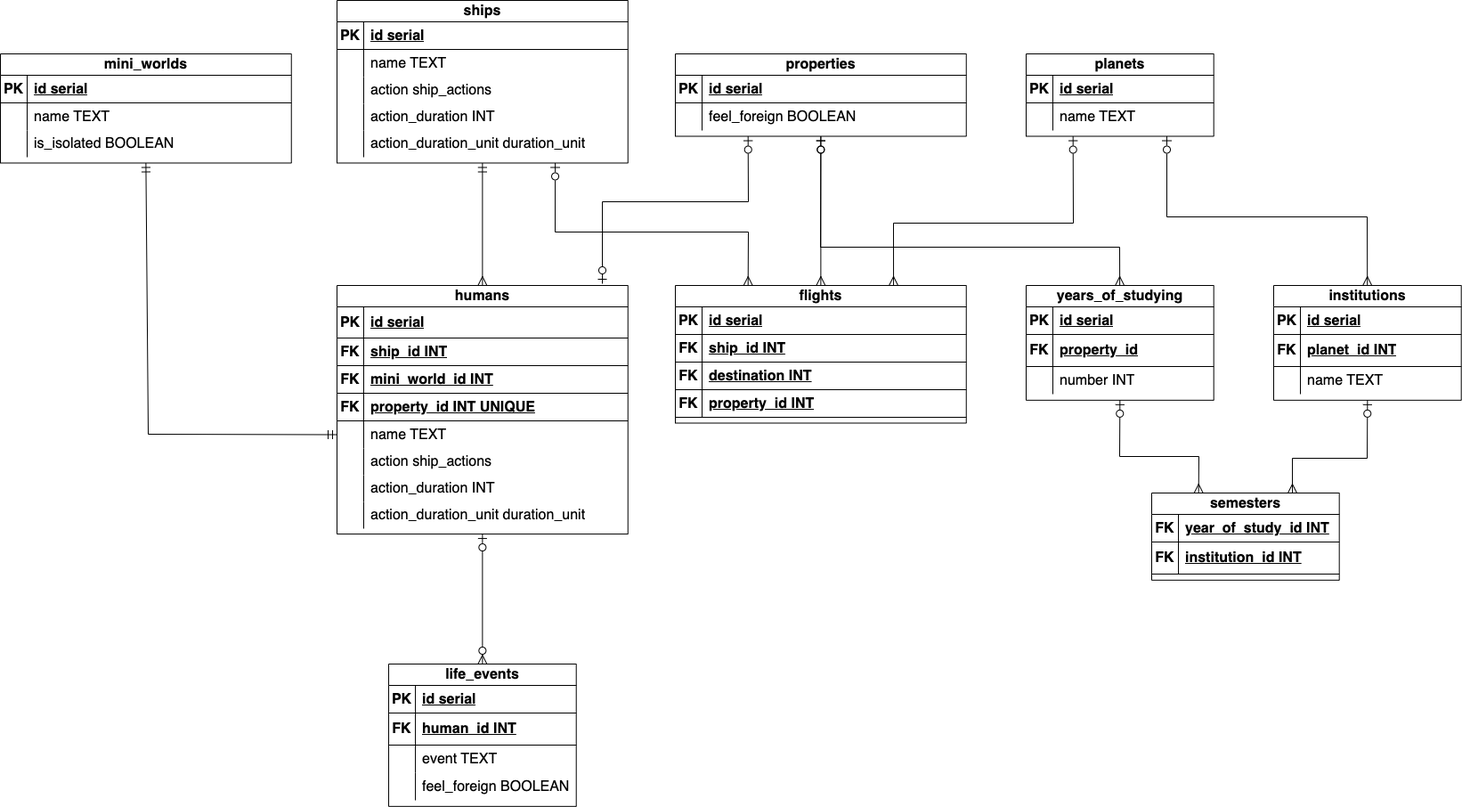
tumbler-cp/BD1 keeps this draw.io diagram as data.png. Above is the earlier version. Source tidied: cells renumbered, new cells last; positions are measured from the earlier drawing's top-left corner, leaving out a move shared by most shapes.
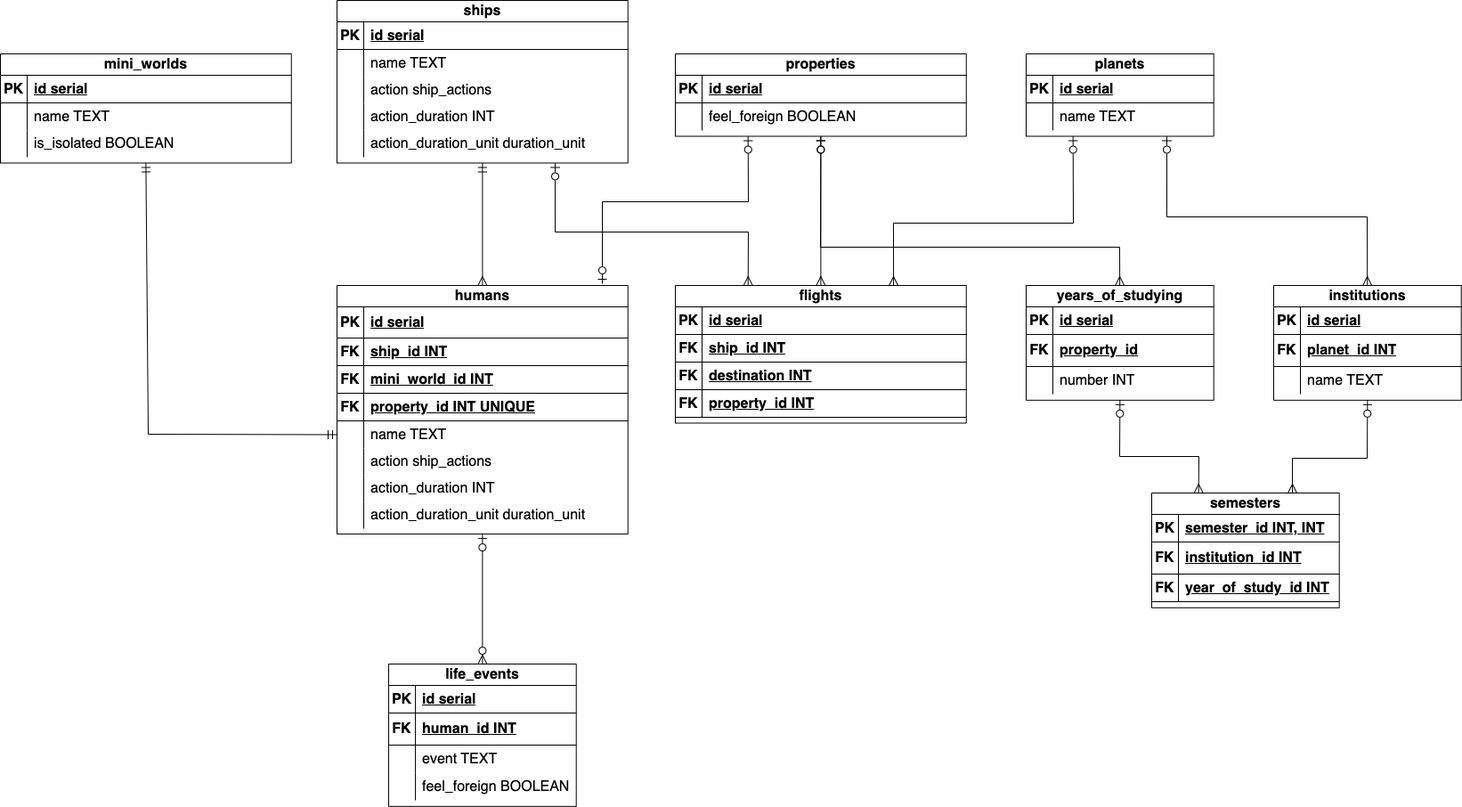
After the change.

Commit message:
data diagram

The edit, as a diff of the source:
```diff
@@ -367,15 +367,15 @@
       </mxGeometry>
     </mxCell>
     <mxCell id="110" value="semesters" style="shape=table;startSize=24;rowLines=0;fontStyle=1;align=center;html=1;fontSize=16;" parent="1" vertex="1">
-      <mxGeometry x="1293" y="553" width="210.7" height="97.8" as="geometry" />
+      <mxGeometry x="1293" y="553" width="210.7" height="128.8" as="geometry" />
     </mxCell>
     <mxCell id="111" style="shape=tableRow;horizontal=0;startSize=0;swimlaneHead=0;swimlaneBody=0;fillColor=none;top=0;left=0;right=0;bottom=1;fontSize=16;" parent="110" vertex="1">
       <mxGeometry y="24" width="210.7" height="31" as="geometry" />
     </mxCell>
-    <mxCell id="112" value="FK" style="shape=partialRectangle;fillColor=none;top=0;left=0;bottom=0;right=0;fontStyle=1;overflow=hidden;whiteSpace=wrap;html=1;fontSize=16;" parent="111" vertex="1">
+    <mxCell id="112" value="PK" style="shape=partialRectangle;fillColor=none;top=0;left=0;bottom=0;right=0;fontStyle=1;overflow=hidden;whiteSpace=wrap;html=1;fontSize=16;" parent="111" vertex="1">
       <mxGeometry width="30" height="31" as="geometry" />
     </mxCell>
-    <mxCell id="113" value="year_of_study_id INT" style="shape=partialRectangle;fillColor=none;top=0;left=0;bottom=0;right=0;align=left;spacingLeft=6;fontStyle=5;overflow=hidden;whiteSpace=wrap;html=1;fontSize=16;" parent="111" vertex="1">
+    <mxCell id="113" value="semester_id INT, INT" style="shape=partialRectangle;fillColor=none;top=0;left=0;bottom=0;right=0;align=left;spacingLeft=6;fontStyle=5;overflow=hidden;whiteSpace=wrap;html=1;fontSize=16;" parent="111" vertex="1">
       <mxGeometry x="30" width="180.7" height="31" as="geometry" />
     </mxCell>
     <mxCell id="114" style="shape=tableRow;horizontal=0;startSize=0;swimlaneHead=0;swimlaneBody=0;fillColor=none;top=0;left=0;right=0;bottom=1;fontSize=16;" parent="110" vertex="1">
@@ -387,6 +387,15 @@
     <mxCell id="116" value="institution_id INT" style="shape=partialRectangle;fillColor=none;top=0;left=0;bottom=0;right=0;align=left;spacingLeft=6;fontStyle=5;overflow=hidden;whiteSpace=wrap;html=1;fontSize=16;" parent="114" vertex="1">
       <mxGeometry x="30" width="180.7" height="36" as="geometry" />
     </mxCell>
+    <mxCell id="131" style="shape=tableRow;horizontal=0;startSize=0;swimlaneHead=0;swimlaneBody=0;fillColor=none;top=0;left=0;right=0;bottom=1;fontSize=16;" parent="110" vertex="1">
+      <mxGeometry y="91" width="210.7" height="31" as="geometry" />
+    </mxCell>
+    <mxCell id="132" value="FK" style="shape=partialRectangle;fillColor=none;top=0;left=0;bottom=0;right=0;fontStyle=1;overflow=hidden;whiteSpace=wrap;html=1;fontSize=16;" parent="131" vertex="1">
+      <mxGeometry width="30" height="31" as="geometry" />
+    </mxCell>
+    <mxCell id="133" value="year_of_study_id INT" style="shape=partialRectangle;fillColor=none;top=0;left=0;bottom=0;right=0;align=left;spacingLeft=6;fontStyle=5;overflow=hidden;whiteSpace=wrap;html=1;fontSize=16;" parent="131" vertex="1">
+      <mxGeometry x="30" width="180.7" height="31" as="geometry" />
+    </mxCell>
     <mxCell id="117" style="edgeStyle=none;curved=1;rounded=0;jettySize=auto;html=1;entryX=0.5;entryY=1;entryDx=0;entryDy=0;fontSize=12;startSize=8;endSize=8;endArrow=ERzeroToOne;endFill=0;startArrow=ERzeroToMany;startFill=0;" parent="1" edge="1" source="118" target="46">
       <mxGeometry relative="1" as="geometry" />
     </mxCell>
```
